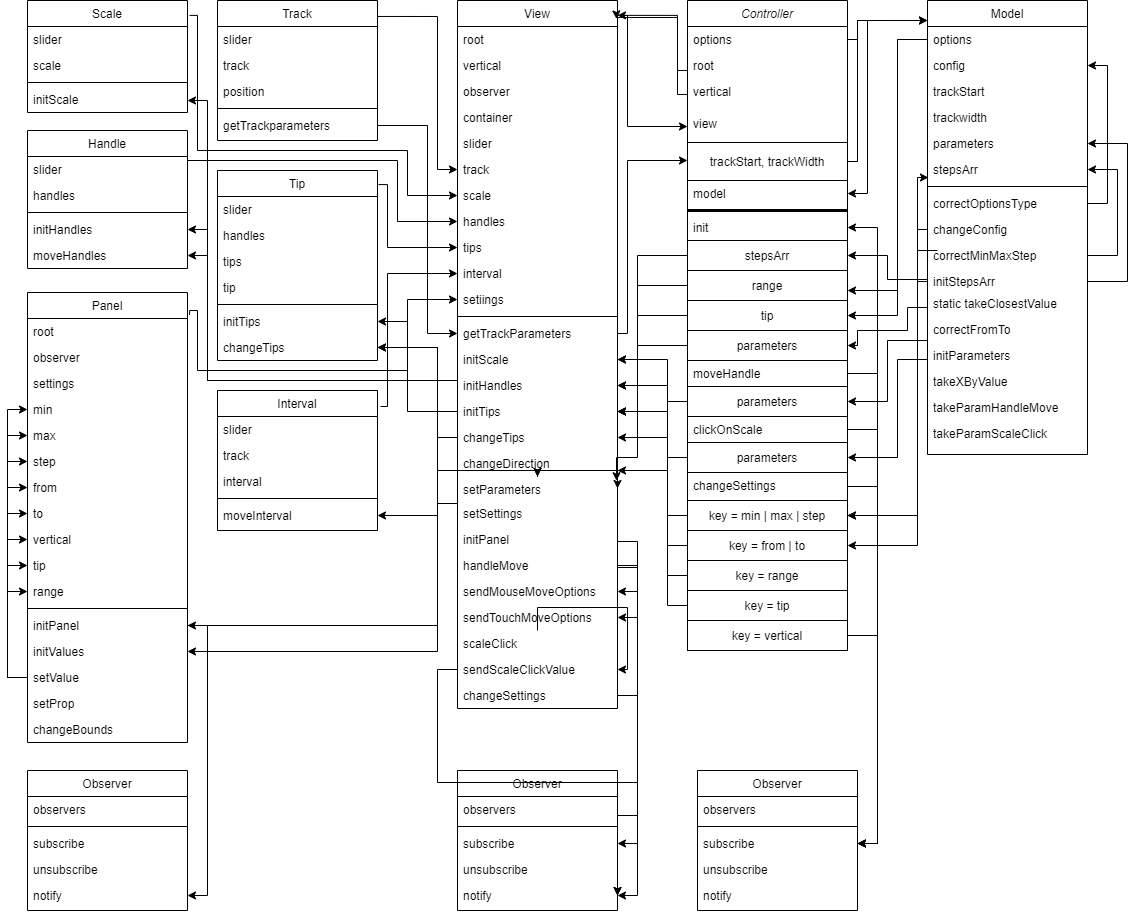
This is Diagram.png from galiaMuslimova/Slider, a draw.io export, as it was before one commit. Source tidied: cells renumbered, new cells last; positions are measured from the earlier drawing's top-left corner, leaving out a move shared by most shapes.
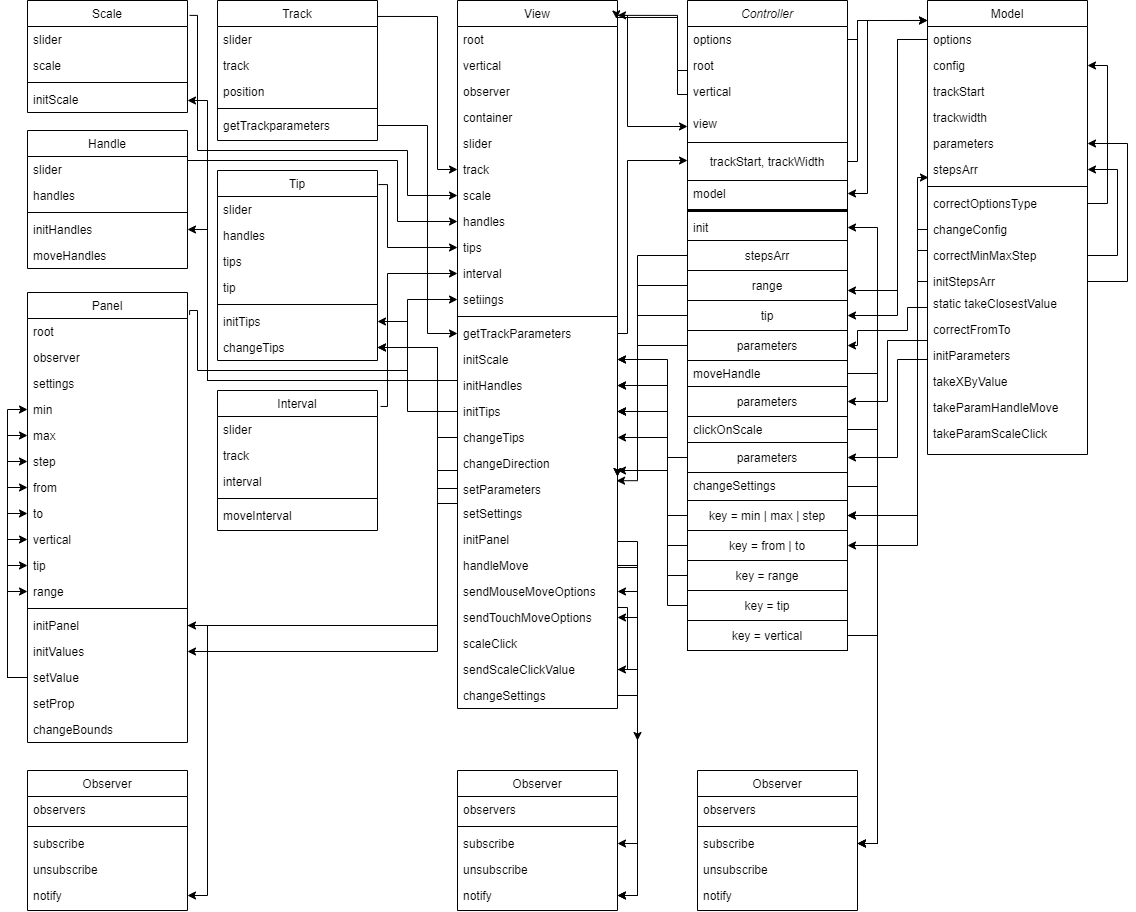
The same file after the commit.

What changed in the source:
```diff
@@ -92,8 +92,9 @@
     <mxCell id="31" value="changeSettings" style="text;align=left;verticalAlign=top;spacingLeft=4;spacingRight=4;overflow=hidden;points=[[0,0.5],[1,0.5]];portConstraint=eastwest;" parent="2" vertex="1">
       <mxGeometry y="682" width="160" height="26" as="geometry" />
     </mxCell>
-    <mxCell id="32" style="edgeStyle=orthogonalEdgeStyle;rounded=0;jettySize=auto;html=1;entryX=1;entryY=0.5;entryDx=0;entryDy=0;" parent="2" edge="1" source="29" target="30">
+    <mxCell id="32" style="edgeStyle=orthogonalEdgeStyle;rounded=0;jettySize=auto;html=1;entryX=1;entryY=0.5;entryDx=0;entryDy=0;" parent="2" edge="1" target="30">
       <mxGeometry relative="1" as="geometry">
+        <mxPoint x="160" y="607" as="sourcePoint" />
         <Array as="points">
           <mxPoint x="170" y="607" />
         </Array>
@@ -310,9 +311,6 @@
         </Array>
       </mxGeometry>
     </mxCell>
-    <mxCell id="85" style="edgeStyle=orthogonalEdgeStyle;rounded=0;jettySize=auto;html=1;entryX=1;entryY=0.5;entryDx=0;entryDy=0;" parent="1" edge="1" source="46" target="64">
-      <mxGeometry relative="1" as="geometry" />
-    </mxCell>
     <mxCell id="86" style="edgeStyle=orthogonalEdgeStyle;rounded=0;jettySize=auto;html=1;entryX=1;entryY=0.5;entryDx=0;entryDy=0;" parent="1" edge="1" source="64" target="16">
       <mxGeometry relative="1" as="geometry">
         <Array as="points">
@@ -672,16 +670,17 @@
         <Array as="points">
           <mxPoint x="590" y="541" />
           <mxPoint x="610" y="541" />
-          <mxPoint x="610" y="815" />
+          <mxPoint x="610" y="895" />
         </Array>
       </mxGeometry>
     </mxCell>
-    <mxCell id="180" style="edgeStyle=orthogonalEdgeStyle;rounded=0;jettySize=auto;html=1;exitX=1;exitY=0.5;exitDx=0;exitDy=0;entryX=1;entryY=0.5;entryDx=0;entryDy=0;" parent="1" edge="1" source="28" target="106">
+    <mxCell id="180" style="edgeStyle=orthogonalEdgeStyle;rounded=0;jettySize=auto;html=1;exitX=1;exitY=0.5;exitDx=0;exitDy=0;" parent="1" edge="1" source="28">
       <mxGeometry relative="1" as="geometry">
+        <mxPoint x="590" y="895" as="targetPoint" />
         <Array as="points">
           <mxPoint x="590" y="567" />
           <mxPoint x="610" y="567" />
-          <mxPoint x="610" y="815" />
+          <mxPoint x="610" y="895" />
         </Array>
       </mxGeometry>
     </mxCell>
@@ -706,19 +705,10 @@
       <mxGeometry relative="1" as="geometry">
         <Array as="points">
           <mxPoint x="610" y="345" />
-          <mxPoint x="610" y="457" />
+          <mxPoint x="610" y="480" />
         </Array>
       </mxGeometry>
     </mxCell>
-    <mxCell id="184" style="edgeStyle=orthogonalEdgeStyle;rounded=0;jettySize=auto;html=1;exitX=0;exitY=0.75;exitDx=0;exitDy=0;entryX=1;entryY=0.5;entryDx=0;entryDy=0;" parent="1" edge="1" source="69" target="21">
-      <mxGeometry relative="1" as="geometry">
-        <Array as="points">
-          <mxPoint x="660" y="401" />
-          <mxPoint x="640" y="401" />
-          <mxPoint x="640" y="470" />
-        </Array>
-      </mxGeometry>
-    </mxCell>
     <mxCell id="185" style="edgeStyle=orthogonalEdgeStyle;rounded=0;jettySize=auto;html=1;exitX=0;exitY=0.5;exitDx=0;exitDy=0;" parent="1" edge="1" source="71">
       <mxGeometry relative="1" as="geometry">
         <mxPoint x="590" y="470" as="targetPoint" />
@@ -776,14 +766,14 @@
         <Array as="points">
           <mxPoint x="640" y="515" />
           <mxPoint x="640" y="470" />
+          <mxPoint x="590" y="470" />
         </Array>
       </mxGeometry>
     </mxCell>
     <mxCell id="192" style="edgeStyle=orthogonalEdgeStyle;rounded=0;jettySize=auto;html=1;entryX=1;entryY=0.5;entryDx=0;entryDy=0;" parent="1" edge="1" target="74">
       <mxGeometry relative="1" as="geometry">
-        <mxPoint x="910" y="250" as="sourcePoint" />
+        <mxPoint x="900" y="250" as="sourcePoint" />
         <Array as="points">
-          <mxPoint x="910" y="250" />
           <mxPoint x="890" y="250" />
           <mxPoint x="890" y="545" />
         </Array>
@@ -794,6 +784,7 @@
         <Array as="points">
           <mxPoint x="640" y="545" />
           <mxPoint x="640" y="470" />
+          <mxPoint x="590" y="470" />
         </Array>
       </mxGeometry>
     </mxCell>
@@ -829,35 +820,18 @@
         </Array>
       </mxGeometry>
     </mxCell>
-    <mxCell id="198" style="edgeStyle=orthogonalEdgeStyle;rounded=0;jettySize=auto;html=1;" parent="1" edge="1" source="21" target="127">
-      <mxGeometry relative="1" as="geometry">
-        <Array as="points">
-          <mxPoint x="410" y="470" />
-          <mxPoint x="410" y="380" />
-          <mxPoint x="180" y="380" />
-          <mxPoint x="180" y="255" />
-        </Array>
-      </mxGeometry>
-    </mxCell>
     <mxCell id="199" style="edgeStyle=orthogonalEdgeStyle;rounded=0;jettySize=auto;html=1;" parent="1" edge="1" source="21" target="135">
       <mxGeometry relative="1" as="geometry">
         <Array as="points">
-          <mxPoint x="410" y="470" />
+          <mxPoint x="410" y="488" />
           <mxPoint x="410" y="347" />
         </Array>
       </mxGeometry>
     </mxCell>
-    <mxCell id="200" style="edgeStyle=orthogonalEdgeStyle;rounded=0;jettySize=auto;html=1;" parent="1" edge="1" source="21" target="142">
-      <mxGeometry relative="1" as="geometry">
-        <Array as="points">
-          <mxPoint x="410" y="470" />
-          <mxPoint x="410" y="515" />
-        </Array>
-      </mxGeometry>
-    </mxCell>
     <mxCell id="201" style="edgeStyle=orthogonalEdgeStyle;rounded=0;jettySize=auto;html=1;entryX=1;entryY=0.5;entryDx=0;entryDy=0;" parent="1" edge="1" source="21" target="159">
       <mxGeometry relative="1" as="geometry">
         <Array as="points">
+          <mxPoint x="430" y="470" />
           <mxPoint x="410" y="470" />
           <mxPoint x="410" y="651" />
         </Array>
@@ -896,8 +870,10 @@
         </Array>
       </mxGeometry>
     </mxCell>
-    <mxCell id="206" style="edgeStyle=orthogonalEdgeStyle;rounded=0;jettySize=auto;html=1;" parent="1" edge="1" source="30" target="106">
-      <mxGeometry relative="1" as="geometry" />
+    <mxCell id="206" style="edgeStyle=orthogonalEdgeStyle;rounded=0;jettySize=auto;html=1;" parent="1" edge="1" source="30">
+      <mxGeometry relative="1" as="geometry">
+        <mxPoint x="610" y="740" as="targetPoint" />
+      </mxGeometry>
     </mxCell>
   </root>
 </mxGraphModel>
```
